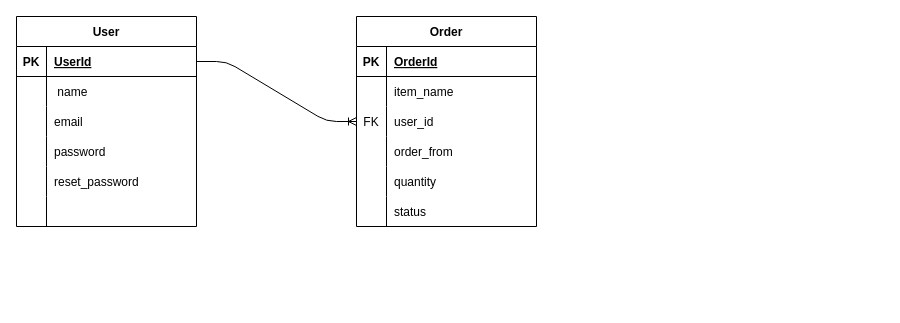
vikasrana25101995/food-ordering keeps this draw.io diagram as diagrams/db.drawio. Above is the earlier version. Source tidied: cells renumbered, new cells numbered last; positions are measured from the earlier drawing's top-left corner, leaving out a move shared by most shapes. Both pictures are drawn from the tidied source at 100%, with x=0, y=0 at pixel (16, 16).
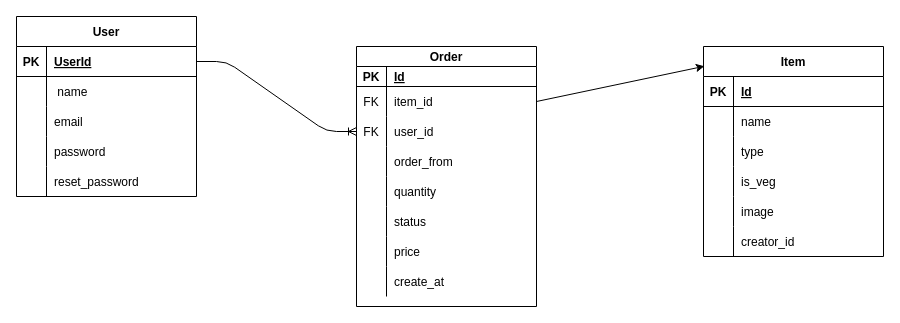
Above is the later version.

Change to the diagram source:
```diff
@@
     <mxCell id="2" value="User" style="shape=table;startSize=30;childLayout=tableLayout;rowLines=0;fontStyle=1;align=center;" parent="1" vertex="1">
-      <mxGeometry width="180" height="210" as="geometry" />
+      <mxGeometry width="180" height="180" as="geometry" />
     </mxCell>
@@
-    <mxCell id="18" style="shape=tableRow;horizontal=0;startSize=0;swimlaneHead=0;swimlaneBody=0;fillColor=none;top=0;left=0;right=0;bottom=0;" parent="2" vertex="1">
-      <mxGeometry y="180" width="180" height="30" as="geometry" />
-    </mxCell>
-    <mxCell id="19" style="shape=partialRectangle;fillColor=none;top=0;left=0;bottom=0;right=0;overflow=hidden;" parent="18" vertex="1">
-      <mxGeometry width="30" height="30" as="geometry" />
-    </mxCell>
-    <mxCell id="20" style="shape=partialRectangle;fillColor=none;top=0;left=0;bottom=0;right=0;align=left;spacingLeft=6;overflow=hidden;" parent="18" vertex="1">
-      <mxGeometry x="30" width="150" height="30" as="geometry" />
-    </mxCell>
-    <mxCell id="21" value="Order" style="shape=table;startSize=30;childLayout=tableLayout;rowLines=0;fontStyle=1;align=center;" parent="1" vertex="1">
-      <mxGeometry x="340" width="180" height="210" as="geometry" />
+    <mxCell id="21" value="Order" style="shape=table;startSize=20;childLayout=tableLayout;rowLines=0;fontStyle=1;align=center;" parent="1" vertex="1">
+      <mxGeometry x="340" y="30" width="180" height="260" as="geometry" />
     </mxCell>
     <mxCell id="22" style="shape=tableRow;horizontal=0;startSize=0;swimlaneHead=0;swimlaneBody=0;fillColor=none;top=0;left=0;right=0;bottom=1;" parent="21" vertex="1">
-      <mxGeometry y="30" width="180" height="30" as="geometry" />
+      <mxGeometry y="20" width="180" height="20" as="geometry" />
     </mxCell>
     <mxCell id="23" value="PK" style="shape=partialRectangle;fillColor=none;top=0;left=0;bottom=0;right=0;fontStyle=1;overflow=hidden;" parent="22" vertex="1">
-      <mxGeometry width="30" height="30" as="geometry" />
+      <mxGeometry width="30" height="20" as="geometry" />
     </mxCell>
-    <mxCell id="24" value="OrderId" style="shape=partialRectangle;fillColor=none;top=0;left=0;bottom=0;right=0;align=left;spacingLeft=6;fontStyle=5;overflow=hidden;" parent="22" vertex="1">
-      <mxGeometry x="30" width="150" height="30" as="geometry" />
+    <mxCell id="24" value="Id" style="shape=partialRectangle;fillColor=none;top=0;left=0;bottom=0;right=0;align=left;spacingLeft=6;fontStyle=5;overflow=hidden;" parent="22" vertex="1">
+      <mxGeometry x="30" width="150" height="20" as="geometry" />
     </mxCell>
     <mxCell id="25" style="shape=tableRow;horizontal=0;startSize=0;swimlaneHead=0;swimlaneBody=0;fillColor=none;points=[[0,0.5],[1,0.5]];portConstraint=eastwest;top=0;left=0;right=0;bottom=0;" parent="21" vertex="1">
-      <mxGeometry y="60" width="180" height="30" as="geometry" />
+      <mxGeometry y="40" width="180" height="30" as="geometry" />
     </mxCell>
-    <mxCell id="26" style="shape=partialRectangle;fillColor=none;top=0;left=0;bottom=0;right=0;overflow=hidden;" parent="25" vertex="1">
+    <mxCell id="26" value="FK" style="shape=partialRectangle;fillColor=none;top=0;left=0;bottom=0;right=0;overflow=hidden;" parent="25" vertex="1">
       <mxGeometry width="30" height="30" as="geometry" />
     </mxCell>
-    <mxCell id="27" value="item_name" style="shape=partialRectangle;fillColor=none;top=0;left=0;bottom=0;right=0;align=left;spacingLeft=6;overflow=hidden;" parent="25" vertex="1">
+    <mxCell id="27" value="item_id" style="shape=partialRectangle;fillColor=none;top=0;left=0;bottom=0;right=0;align=left;spacingLeft=6;overflow=hidden;" parent="25" vertex="1">
       <mxGeometry x="30" width="150" height="30" as="geometry" />
     </mxCell>
     <mxCell id="28" style="shape=tableRow;horizontal=0;startSize=0;swimlaneHead=0;swimlaneBody=0;fillColor=none;points=[[0,0.5],[1,0.5]];portConstraint=eastwest;top=0;left=0;right=0;bottom=0;" parent="21" vertex="1">
-      <mxGeometry y="90" width="180" height="30" as="geometry" />
+      <mxGeometry y="70" width="180" height="30" as="geometry" />
     </mxCell>
@@
     <mxCell id="31" style="shape=tableRow;horizontal=0;startSize=0;swimlaneHead=0;swimlaneBody=0;fillColor=none;top=0;left=0;right=0;bottom=0;" parent="21" vertex="1">
-      <mxGeometry y="120" width="180" height="30" as="geometry" />
+      <mxGeometry y="100" width="180" height="30" as="geometry" />
     </mxCell>
@@
     <mxCell id="34" style="shape=tableRow;horizontal=0;startSize=0;swimlaneHead=0;swimlaneBody=0;fillColor=none;top=0;left=0;right=0;bottom=0;" parent="21" vertex="1">
-      <mxGeometry y="150" width="180" height="30" as="geometry" />
+      <mxGeometry y="130" width="180" height="30" as="geometry" />
     </mxCell>
@@
     <mxCell id="37" style="shape=tableRow;horizontal=0;startSize=0;swimlaneHead=0;swimlaneBody=0;fillColor=none;top=0;left=0;right=0;bottom=0;" parent="21" vertex="1">
-      <mxGeometry y="180" width="180" height="30" as="geometry" />
+      <mxGeometry y="160" width="180" height="30" as="geometry" />
     </mxCell>
@@
+    <mxCell id="41" style="shape=tableRow;horizontal=0;startSize=0;swimlaneHead=0;swimlaneBody=0;fillColor=none;top=0;left=0;right=0;bottom=0;" parent="21" vertex="1">
+      <mxGeometry y="190" width="180" height="30" as="geometry" />
+    </mxCell>
+    <mxCell id="42" style="shape=partialRectangle;fillColor=none;top=0;left=0;bottom=0;right=0;overflow=hidden;" parent="41" vertex="1">
+      <mxGeometry width="30" height="30" as="geometry" />
+    </mxCell>
+    <mxCell id="43" value="price" style="shape=partialRectangle;fillColor=none;top=0;left=0;bottom=0;right=0;align=left;spacingLeft=6;overflow=hidden;" parent="41" vertex="1">
+      <mxGeometry x="30" width="150" height="30" as="geometry" />
+    </mxCell>
+    <mxCell id="44" style="shape=tableRow;horizontal=0;startSize=0;swimlaneHead=0;swimlaneBody=0;fillColor=none;top=0;left=0;right=0;bottom=0;" parent="21" vertex="1">
+      <mxGeometry y="220" width="180" height="30" as="geometry" />
+    </mxCell>
+    <mxCell id="45" style="shape=partialRectangle;fillColor=none;top=0;left=0;bottom=0;right=0;overflow=hidden;" parent="44" vertex="1">
+      <mxGeometry width="30" height="30" as="geometry" />
+    </mxCell>
+    <mxCell id="46" value="create_at" style="shape=partialRectangle;fillColor=none;top=0;left=0;bottom=0;right=0;align=left;spacingLeft=6;overflow=hidden;" parent="44" vertex="1">
+      <mxGeometry x="30" width="150" height="30" as="geometry" />
+    </mxCell>
@@
+    <mxCell id="47" value="Item" style="shape=table;startSize=30;childLayout=tableLayout;rowLines=0;fontStyle=1;align=center;" parent="1" vertex="1">
+      <mxGeometry x="687" y="30" width="180" height="210" as="geometry" />
+    </mxCell>
+    <mxCell id="48" style="shape=tableRow;horizontal=0;startSize=0;swimlaneHead=0;swimlaneBody=0;fillColor=none;top=0;left=0;right=0;bottom=1;" parent="47" vertex="1">
+      <mxGeometry y="30" width="180" height="30" as="geometry" />
+    </mxCell>
+    <mxCell id="49" value="PK" style="shape=partialRectangle;fillColor=none;top=0;left=0;bottom=0;right=0;fontStyle=1;overflow=hidden;" parent="48" vertex="1">
+      <mxGeometry width="30" height="30" as="geometry" />
+    </mxCell>
+    <mxCell id="50" value="Id" style="shape=partialRectangle;fillColor=none;top=0;left=0;bottom=0;right=0;align=left;spacingLeft=6;fontStyle=5;overflow=hidden;" parent="48" vertex="1">
+      <mxGeometry x="30" width="150" height="30" as="geometry" />
+    </mxCell>
+    <mxCell id="51" style="shape=tableRow;horizontal=0;startSize=0;swimlaneHead=0;swimlaneBody=0;fillColor=none;top=0;left=0;right=0;bottom=0;" parent="47" vertex="1">
+      <mxGeometry y="60" width="180" height="30" as="geometry" />
+    </mxCell>
+    <mxCell id="52" style="shape=partialRectangle;fillColor=none;top=0;left=0;bottom=0;right=0;overflow=hidden;" parent="51" vertex="1">
+      <mxGeometry width="30" height="30" as="geometry" />
+    </mxCell>
+    <mxCell id="53" value="name" style="shape=partialRectangle;fillColor=none;top=0;left=0;bottom=0;right=0;align=left;spacingLeft=6;overflow=hidden;" parent="51" vertex="1">
+      <mxGeometry x="30" width="150" height="30" as="geometry" />
+    </mxCell>
+    <mxCell id="54" style="shape=tableRow;horizontal=0;startSize=0;swimlaneHead=0;swimlaneBody=0;fillColor=none;top=0;left=0;right=0;bottom=0;" parent="47" vertex="1">
+      <mxGeometry y="90" width="180" height="30" as="geometry" />
+    </mxCell>
+    <mxCell id="55" style="shape=partialRectangle;fillColor=none;top=0;left=0;bottom=0;right=0;overflow=hidden;" parent="54" vertex="1">
+      <mxGeometry width="30" height="30" as="geometry" />
+    </mxCell>
+    <mxCell id="56" value="type" style="shape=partialRectangle;fillColor=none;top=0;left=0;bottom=0;right=0;align=left;spacingLeft=6;overflow=hidden;" parent="54" vertex="1">
+      <mxGeometry x="30" width="150" height="30" as="geometry" />
+    </mxCell>
+    <mxCell id="57" style="shape=tableRow;horizontal=0;startSize=0;swimlaneHead=0;swimlaneBody=0;fillColor=none;top=0;left=0;right=0;bottom=0;" parent="47" vertex="1">
+      <mxGeometry y="120" width="180" height="30" as="geometry" />
+    </mxCell>
+    <mxCell id="58" style="shape=partialRectangle;fillColor=none;top=0;left=0;bottom=0;right=0;overflow=hidden;" parent="57" vertex="1">
+      <mxGeometry width="30" height="30" as="geometry" />
+    </mxCell>
+    <mxCell id="59" value="is_veg" style="shape=partialRectangle;fillColor=none;top=0;left=0;bottom=0;right=0;align=left;spacingLeft=6;overflow=hidden;" parent="57" vertex="1">
+      <mxGeometry x="30" width="150" height="30" as="geometry" />
+    </mxCell>
+    <mxCell id="60" style="shape=tableRow;horizontal=0;startSize=0;swimlaneHead=0;swimlaneBody=0;fillColor=none;top=0;left=0;right=0;bottom=0;" parent="47" vertex="1">
+      <mxGeometry y="150" width="180" height="30" as="geometry" />
+    </mxCell>
+    <mxCell id="61" style="shape=partialRectangle;fillColor=none;top=0;left=0;bottom=0;right=0;overflow=hidden;" parent="60" vertex="1">
+      <mxGeometry width="30" height="30" as="geometry" />
+    </mxCell>
+    <mxCell id="62" value="image" style="shape=partialRectangle;fillColor=none;top=0;left=0;bottom=0;right=0;align=left;spacingLeft=6;overflow=hidden;" parent="60" vertex="1">
+      <mxGeometry x="30" width="150" height="30" as="geometry" />
+    </mxCell>
+    <mxCell id="18" style="shape=tableRow;horizontal=0;startSize=0;swimlaneHead=0;swimlaneBody=0;fillColor=none;top=0;left=0;right=0;bottom=0;" parent="47" vertex="1">
+      <mxGeometry y="180" width="180" height="30" as="geometry" />
+    </mxCell>
+    <mxCell id="63" style="shape=partialRectangle;fillColor=none;top=0;left=0;bottom=0;right=0;overflow=hidden;" parent="18" vertex="1">
+      <mxGeometry width="30" height="30" as="geometry" />
+    </mxCell>
+    <mxCell id="64" value="creator_id" style="shape=partialRectangle;fillColor=none;top=0;left=0;bottom=0;right=0;align=left;spacingLeft=6;overflow=hidden;" parent="18" vertex="1">
+      <mxGeometry x="30" width="150" height="30" as="geometry" />
+    </mxCell>
+    <mxCell id="65" style="edgeStyle=none;html=1;entryX=0.005;entryY=0.094;entryDx=0;entryDy=0;entryPerimeter=0;exitX=1;exitY=0.5;exitDx=0;exitDy=0;" parent="1" edge="1" source="25" target="47">
+      <mxGeometry relative="1" as="geometry" />
+    </mxCell>
```
